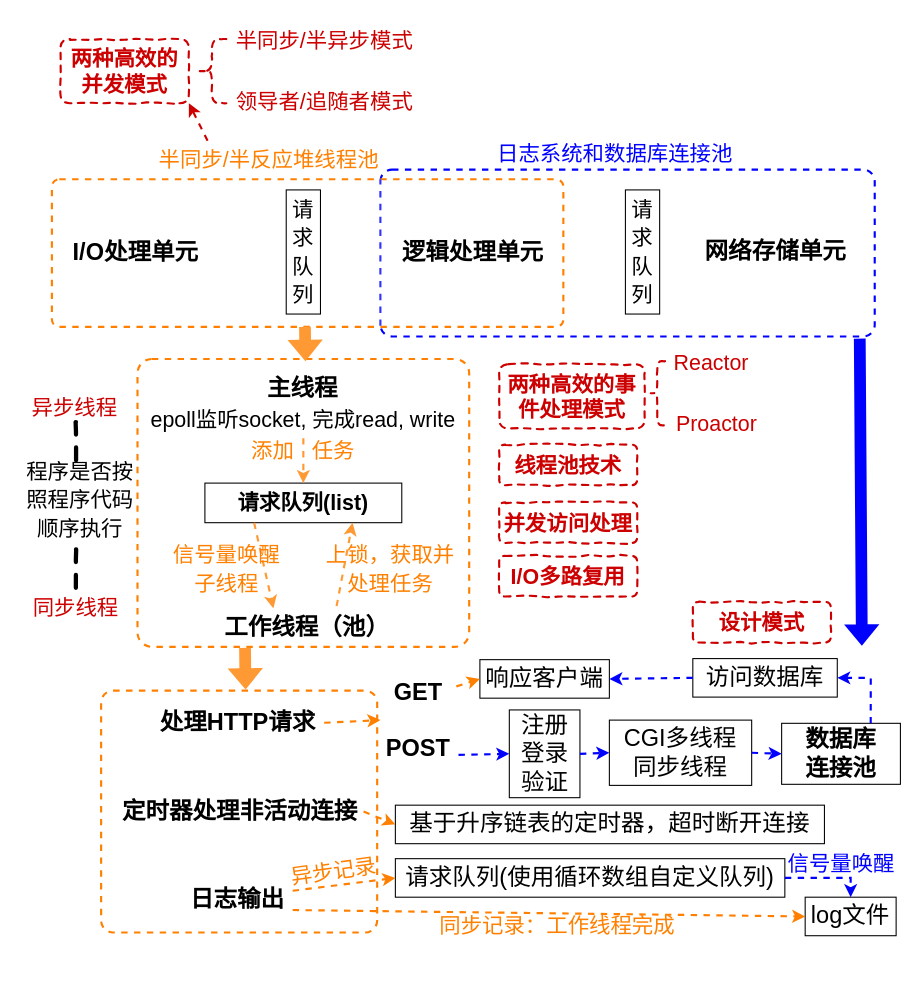
bling-star-hub/MyDiagram keeps this draw.io diagram as Untitled Diagram.drawio. Above is the earlier version. Source tidied: cells renumbered, new cells numbered last; positions are measured from the earlier drawing's top-left corner, leaving out a move shared by most shapes. Both pictures are drawn from the tidied source at 107%, with x=0, y=0 at pixel (18, 18).
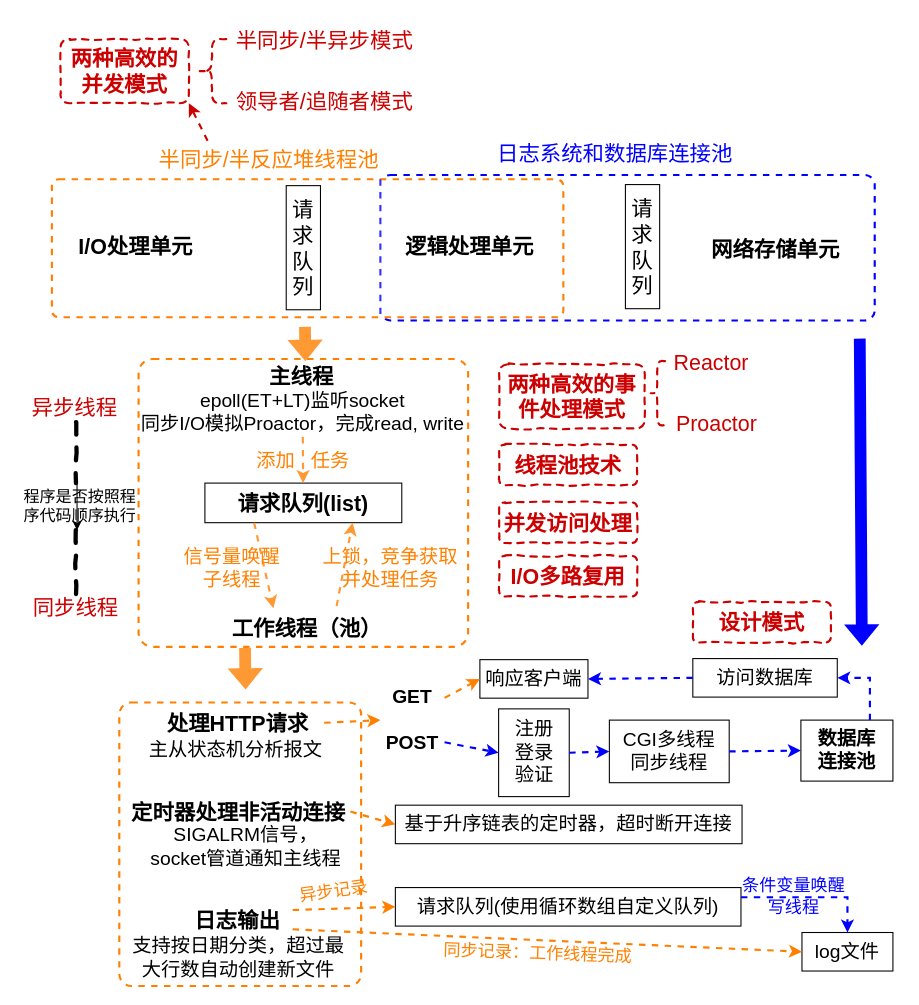
The same page after the edit.

What changed in the source:
```diff
@@
     <mxCell id="2" style="rounded=1;whiteSpace=wrap;html=1;fontSize=20;arcSize=5;dashed=1;strokeWidth=2;strokeColor=#FF8000;" parent="1" vertex="1">
-      <mxGeometry x="77" y="628" width="258" height="226" as="geometry" />
+      <mxGeometry x="94" y="639" width="226" height="265" as="geometry" />
     </mxCell>
     <mxCell id="3" style="rounded=1;whiteSpace=wrap;html=1;fontSize=20;arcSize=5;dashed=1;strokeWidth=2;strokeColor=#FF8000;" parent="1" vertex="1">
-      <mxGeometry x="111" y="318" width="310" height="269" as="geometry" />
+      <mxGeometry x="112" y="318" width="308" height="269" as="geometry" />
     </mxCell>
     <mxCell id="4" style="rounded=1;whiteSpace=wrap;html=1;fontSize=20;arcSize=7;dashed=1;strokeWidth=2;strokeColor=#0000FF;" parent="1" vertex="1">
-      <mxGeometry x="338" y="141" width="462" height="156" as="geometry" />
+      <mxGeometry x="338" y="146" width="462" height="136" as="geometry" />
     </mxCell>
     <mxCell id="5" style="rounded=1;whiteSpace=wrap;html=1;fontSize=20;arcSize=5;dashed=1;strokeWidth=2;strokeColor=#FF8000;" parent="1" vertex="1">
-      <mxGeometry x="31" y="150" width="478" height="138" as="geometry" />
+      <mxGeometry x="31" y="150" width="478" height="129" as="geometry" />
     </mxCell>
-    <mxCell id="6" value="I/O处理单元" style="rounded=0;whiteSpace=wrap;html=1;fontStyle=1;fontSize=22;strokeColor=none;fillColor=none;flipH=1;" parent="1" vertex="1">
-      <mxGeometry x="37" y="190.5" width="145" height="57" as="geometry" />
+    <mxCell id="6" value="I/O处理单元" style="rounded=0;whiteSpace=wrap;html=1;fontStyle=1;fontSize=20;strokeColor=none;fillColor=none;flipH=1;" parent="1" vertex="1">
+      <mxGeometry x="37" y="183.5" width="145" height="57" as="geometry" />
     </mxCell>
-    <mxCell id="7" value="逻辑处理单元" style="rounded=0;whiteSpace=wrap;html=1;fontStyle=1;fontSize=22;strokeColor=none;fillColor=none;flipH=1;" parent="1" vertex="1">
-      <mxGeometry x="352" y="190.5" width="145" height="57" as="geometry" />
+    <mxCell id="7" value="逻辑处理单元" style="rounded=0;whiteSpace=wrap;html=1;fontStyle=1;fontSize=20;strokeColor=none;fillColor=none;flipH=1;" parent="1" vertex="1">
+      <mxGeometry x="349" y="183.5" width="145" height="57" as="geometry" />
     </mxCell>
-    <mxCell id="8" value="网络存储单元" style="rounded=0;whiteSpace=wrap;html=1;fontStyle=1;fontSize=22;strokeColor=none;fillColor=none;flipH=1;" parent="1" vertex="1">
-      <mxGeometry x="635" y="189.5" width="145" height="57" as="geometry" />
+    <mxCell id="8" value="网络存储单元" style="rounded=0;whiteSpace=wrap;html=1;fontStyle=1;fontSize=20;strokeColor=none;fillColor=none;flipH=1;" parent="1" vertex="1">
+      <mxGeometry x="635" y="186" width="145" height="57" as="geometry" />
     </mxCell>
-    <mxCell id="9" value="&lt;font style=&quot;font-size: 20px;&quot;&gt;请求队列&lt;/font&gt;" style="rounded=0;whiteSpace=wrap;html=1;fontSize=22;" parent="1" vertex="1">
-      <mxGeometry x="250" y="160" width="32" height="116" as="geometry" />
+    <mxCell id="9" value="&lt;font style=&quot;font-size: 20px;&quot;&gt;请求队列&lt;/font&gt;" style="rounded=0;whiteSpace=wrap;html=1;fontSize=20;" parent="1" vertex="1">
+      <mxGeometry x="250" y="156" width="32" height="116" as="geometry" />
     </mxCell>
-    <mxCell id="10" value="&lt;font style=&quot;font-size: 20px;&quot;&gt;请求队列&lt;/font&gt;" style="rounded=0;whiteSpace=wrap;html=1;fontSize=22;" parent="1" vertex="1">
-      <mxGeometry x="567" y="160" width="32" height="116" as="geometry" />
+    <mxCell id="10" value="&lt;font style=&quot;font-size: 20px;&quot;&gt;请求队列&lt;/font&gt;" style="rounded=0;whiteSpace=wrap;html=1;fontSize=20;" parent="1" vertex="1">
+      <mxGeometry x="567" y="155" width="32" height="116" as="geometry" />
     </mxCell>
     <mxCell id="11" style="endArrow=none;html=1;rounded=0;fontSize=20;dashed=1;strokeWidth=2;strokeColor=#3333FF;" parent="1" edge="1">
       <mxGeometry relative="1" as="geometry">
-        <mxPoint x="338" y="287" as="sourcePoint" />
+        <mxPoint x="338" y="276" as="sourcePoint" />
         <mxPoint x="338" y="150" as="targetPoint" />
       </mxGeometry>
     </mxCell>
@@
-    <mxCell id="20" value="主线程" style="rounded=0;whiteSpace=wrap;html=1;fontStyle=1;fontSize=22;strokeColor=none;fillColor=none;flipH=1;" parent="1" vertex="1">
-      <mxGeometry x="194" y="328" width="143" height="36" as="geometry" />
+    <mxCell id="20" value="主线程" style="rounded=0;whiteSpace=wrap;html=1;fontStyle=1;fontSize=20;strokeColor=none;fillColor=none;flipH=1;" parent="1" vertex="1">
+      <mxGeometry x="193" y="316" width="143" height="36" as="geometry" />
     </mxCell>
-    <mxCell id="21" value="工作线程（池）" style="rounded=0;whiteSpace=wrap;html=1;fontStyle=1;fontSize=22;strokeColor=none;fillColor=none;flipH=1;" parent="1" vertex="1">
+    <mxCell id="21" value="工作线程（池）" style="rounded=0;whiteSpace=wrap;html=1;fontStyle=1;fontSize=20;strokeColor=none;fillColor=none;flipH=1;" parent="1" vertex="1">
       <mxGeometry x="177" y="551" width="185" height="36" as="geometry" />
     </mxCell>
-    <mxCell id="22" value="&lt;font style=&quot;font-size: 20px;&quot;&gt;请求队列(list)&lt;/font&gt;" style="rounded=0;whiteSpace=wrap;html=1;fontSize=22;fontStyle=1;" parent="1" vertex="1">
+    <mxCell id="22" value="&lt;font style=&quot;font-size: 20px;&quot;&gt;请求队列(list)&lt;/font&gt;" style="rounded=0;whiteSpace=wrap;html=1;fontSize=20;fontStyle=1;" parent="1" vertex="1">
       <mxGeometry x="174" y="434" width="184" height="37" as="geometry" />
     </mxCell>
-    <mxCell id="23" value="&lt;font style=&quot;font-size: 20px;&quot;&gt;epoll监听socket, 完成read, write&lt;/font&gt;" style="rounded=0;whiteSpace=wrap;html=1;fontSize=22;fillColor=none;strokeColor=none;" parent="1" vertex="1">
-      <mxGeometry x="107" y="358" width="318" height="34" as="geometry" />
+    <mxCell id="23" value="&lt;font style=&quot;font-size: 18px;&quot;&gt;epoll(ET+LT)监听socket&lt;br&gt;同步I/O模拟Proactor，完成read, write&lt;/font&gt;" style="rounded=0;whiteSpace=wrap;html=1;fontSize=18;fillColor=none;strokeColor=none;" parent="1" vertex="1">
+      <mxGeometry x="113" y="345" width="305" height="46" as="geometry" />
     </mxCell>
@@
-    <mxCell id="25" value="&lt;span style=&quot;font-size: 20px;&quot;&gt;添加&amp;nbsp; &amp;nbsp;任务&lt;/span&gt;" style="rounded=0;whiteSpace=wrap;html=1;fontSize=22;fillColor=none;strokeColor=none;fontColor=#FF8000;" parent="1" vertex="1">
-      <mxGeometry x="106.5" y="387" width="318" height="34" as="geometry" />
+    <mxCell id="25" value="&lt;span style=&quot;font-size: 18px;&quot;&gt;添加&amp;nbsp; &amp;nbsp;任务&lt;/span&gt;" style="rounded=0;whiteSpace=wrap;html=1;fontSize=18;fillColor=none;strokeColor=none;fontColor=#FF8000;" parent="1" vertex="1">
+      <mxGeometry x="160.2" y="396" width="211.5" height="34" as="geometry" />
     </mxCell>
@@
-    <mxCell id="27" value="&lt;span style=&quot;font-size: 20px;&quot;&gt;信号量唤醒&lt;br&gt;子线程&lt;/span&gt;" style="rounded=0;whiteSpace=wrap;html=1;fontSize=22;fillColor=none;strokeColor=none;fontColor=#FF8000;" parent="1" vertex="1">
-      <mxGeometry x="129" y="484" width="130.5" height="59" as="geometry" />
+    <mxCell id="27" value="&lt;span style=&quot;font-size: 18px;&quot;&gt;信号量唤醒&lt;br style=&quot;font-size: 18px;&quot;&gt;子线程&lt;/span&gt;" style="rounded=0;whiteSpace=wrap;html=1;fontSize=18;fillColor=none;strokeColor=none;fontColor=#FF8000;" parent="1" vertex="1">
+      <mxGeometry x="134" y="484" width="130.5" height="59" as="geometry" />
     </mxCell>
-    <mxCell id="28" value="&lt;span style=&quot;font-size: 20px;&quot;&gt;上锁，获取并处理任务&lt;/span&gt;" style="rounded=0;whiteSpace=wrap;html=1;fontSize=22;fillColor=none;strokeColor=none;fontColor=#FF8000;" parent="1" vertex="1">
+    <mxCell id="28" value="&lt;span style=&quot;font-size: 18px;&quot;&gt;上锁，竞争获取并处理任务&lt;/span&gt;" style="rounded=0;whiteSpace=wrap;html=1;fontSize=18;fillColor=none;strokeColor=none;fontColor=#FF8000;" parent="1" vertex="1">
       <mxGeometry x="282" y="484" width="130.5" height="59" as="geometry" />
     </mxCell>
@@
-    <mxCell id="32" value="处理HTTP请求" style="rounded=0;whiteSpace=wrap;html=1;fontStyle=1;fontSize=22;strokeColor=none;fillColor=none;flipH=1;" parent="1" vertex="1">
+    <mxCell id="32" value="处理HTTP请求" style="rounded=0;whiteSpace=wrap;html=1;fontStyle=1;fontSize=20;strokeColor=none;fillColor=none;flipH=1;" parent="1" vertex="1">
       <mxGeometry x="123.5" y="640" width="162" height="36" as="geometry" />
     </mxCell>
-    <mxCell id="33" value="定时器处理非活动连接" style="rounded=0;whiteSpace=wrap;html=1;fontStyle=1;fontSize=22;strokeColor=none;fillColor=none;flipH=1;" parent="1" vertex="1">
-      <mxGeometry x="90.8" y="723" width="231.5" height="36" as="geometry" />
+    <mxCell id="33" value="定时器处理非活动连接" style="rounded=0;whiteSpace=wrap;html=1;fontStyle=1;fontSize=20;strokeColor=none;fillColor=none;flipH=1;" parent="1" vertex="1">
+      <mxGeometry x="100.8" y="723" width="209.2" height="36" as="geometry" />
     </mxCell>
-    <mxCell id="34" value="日志输出" style="rounded=0;whiteSpace=wrap;html=1;fontStyle=1;fontSize=22;strokeColor=none;fillColor=none;flipH=1;" parent="1" vertex="1">
-      <mxGeometry x="153" y="806" width="103" height="36" as="geometry" />
+    <mxCell id="34" value="日志输出" style="rounded=0;whiteSpace=wrap;html=1;fontStyle=1;fontSize=20;strokeColor=none;fillColor=none;flipH=1;" parent="1" vertex="1">
+      <mxGeometry x="153" y="824" width="103" height="36" as="geometry" />
     </mxCell>
@@
-    <mxCell id="37" value="GET&lt;br&gt;&lt;br&gt;POST" style="rounded=0;whiteSpace=wrap;html=1;fontStyle=1;fontSize=22;strokeColor=none;fillColor=none;flipH=1;" parent="1" vertex="1">
-      <mxGeometry x="338" y="614" width="71" height="83" as="geometry" />
+    <mxCell id="37" value="GET&lt;br style=&quot;font-size: 18px;&quot;&gt;&lt;br style=&quot;font-size: 18px;&quot;&gt;POST" style="rounded=0;whiteSpace=wrap;html=1;fontStyle=1;fontSize=18;strokeColor=none;fillColor=none;flipH=1;" parent="1" vertex="1">
+      <mxGeometry x="338" y="614" width="60" height="83" as="geometry" />
     </mxCell>
-    <mxCell id="38" value="访问数据库" style="rounded=0;whiteSpace=wrap;html=1;fontStyle=0;fontSize=22;strokeColor=default;fillColor=none;flipH=1;" parent="1" vertex="1">
+    <mxCell id="38" value="访问数据库" style="rounded=0;whiteSpace=wrap;html=1;fontStyle=0;fontSize=18;strokeColor=default;fillColor=none;flipH=1;" parent="1" vertex="1">
       <mxGeometry x="630" y="598" width="135" height="36" as="geometry" />
     </mxCell>
-    <mxCell id="39" value="响应客户端" style="rounded=0;whiteSpace=wrap;html=1;fontStyle=0;fontSize=22;strokeColor=default;fillColor=none;flipH=1;" parent="1" vertex="1">
-      <mxGeometry x="431" y="599" width="121" height="36" as="geometry" />
+    <mxCell id="39" value="响应客户端" style="rounded=0;whiteSpace=wrap;html=1;fontStyle=0;fontSize=18;strokeColor=default;fillColor=none;flipH=1;" parent="1" vertex="1">
+      <mxGeometry x="431" y="599" width="101" height="36" as="geometry" />
     </mxCell>
-    <mxCell id="40" value="注册&lt;br&gt;登录&lt;br&gt;验证" style="rounded=0;whiteSpace=wrap;html=1;fontStyle=0;fontSize=22;strokeColor=default;fillColor=none;flipH=1;" parent="1" vertex="1">
-      <mxGeometry x="458.5" y="646" width="66" height="82" as="geometry" />
+    <mxCell id="40" value="注册&lt;br style=&quot;font-size: 18px;&quot;&gt;登录&lt;br style=&quot;font-size: 18px;&quot;&gt;验证" style="rounded=0;whiteSpace=wrap;html=1;fontStyle=0;fontSize=18;strokeColor=default;fillColor=none;flipH=1;" parent="1" vertex="1">
+      <mxGeometry x="448.5" y="645" width="66" height="82" as="geometry" />
     </mxCell>
-    <mxCell id="41" value="CGI多线程&lt;br&gt;同步线程" style="rounded=0;whiteSpace=wrap;html=1;fontStyle=0;fontSize=22;strokeColor=default;fillColor=none;flipH=1;" parent="1" vertex="1">
-      <mxGeometry x="552" y="655.5" width="133" height="61" as="geometry" />
+    <mxCell id="41" value="CGI多线程&lt;br style=&quot;font-size: 18px;&quot;&gt;同步线程" style="rounded=0;whiteSpace=wrap;html=1;fontStyle=0;fontSize=18;strokeColor=default;fillColor=none;flipH=1;" parent="1" vertex="1">
+      <mxGeometry x="552" y="655.5" width="112" height="58.5" as="geometry" />
     </mxCell>
-    <mxCell id="42" value="数据库&lt;br&gt;连接池" style="rounded=0;whiteSpace=wrap;html=1;fontStyle=1;fontSize=22;strokeColor=default;fillColor=none;flipH=1;" parent="1" vertex="1">
-      <mxGeometry x="713" y="658.5" width="111" height="57" as="geometry" />
+    <mxCell id="42" value="数据库&lt;br style=&quot;font-size: 18px;&quot;&gt;连接池" style="rounded=0;whiteSpace=wrap;html=1;fontStyle=1;fontSize=18;strokeColor=default;fillColor=none;flipH=1;" parent="1" vertex="1">
+      <mxGeometry x="731" y="655.5" width="86" height="57" as="geometry" />
     </mxCell>
-    <mxCell id="43" style="endArrow=classic;html=1;rounded=0;dashed=1;fontSize=21;fontColor=#FF8000;strokeColor=#FF8000;strokeWidth=2;fillColor=#FF9933;exitX=0;exitY=0.12;exitDx=0;exitDy=0;exitPerimeter=0;entryX=0;entryY=0.5;entryDx=0;entryDy=0;" parent="1" edge="1" source="37" target="39">
+    <mxCell id="43" style="endArrow=classic;html=1;rounded=0;dashed=1;fontSize=21;fontColor=#FF8000;strokeColor=#FF8000;strokeWidth=2;fillColor=#FF9933;exitX=1;exitY=0.25;exitDx=0;exitDy=0;entryX=0;entryY=0.5;entryDx=0;entryDy=0;" parent="1" edge="1" source="37" target="39">
       <mxGeometry relative="1" as="geometry" />
     </mxCell>
-    <mxCell id="44" style="endArrow=classic;html=1;rounded=0;dashed=1;fontSize=21;fontColor=#FF8000;strokeColor=#0000FF;strokeWidth=2;fillColor=#FF9933;exitX=-0.028;exitY=0.892;exitDx=0;exitDy=0;entryX=0;entryY=0.5;entryDx=0;entryDy=0;exitPerimeter=0;" parent="1" edge="1" source="37" target="40">
+    <mxCell id="44" style="endArrow=classic;html=1;rounded=0;dashed=1;fontSize=21;fontColor=#FF8000;strokeColor=#0000FF;strokeWidth=2;fillColor=#FF9933;exitX=1;exitY=0.75;exitDx=0;exitDy=0;entryX=0;entryY=0.5;entryDx=0;entryDy=0;" parent="1" edge="1" source="37" target="40">
       <mxGeometry relative="1" as="geometry" />
     </mxCell>
@@
-    <mxCell id="49" value="基于升序链表的定时器，超时断开连接" style="rounded=0;whiteSpace=wrap;html=1;fontStyle=0;fontSize=22;strokeColor=default;fillColor=none;flipH=1;" parent="1" vertex="1">
-      <mxGeometry x="352" y="735" width="401" height="36" as="geometry" />
+    <mxCell id="49" value="基于升序链表的定时器，超时断开连接" style="rounded=0;whiteSpace=wrap;html=1;fontStyle=0;fontSize=18;strokeColor=default;fillColor=none;flipH=1;" parent="1" vertex="1">
+      <mxGeometry x="352" y="735" width="324" height="36" as="geometry" />
     </mxCell>
@@
-    <mxCell id="51" value="请求队列(使用循环数组自定义队列)" style="rounded=0;whiteSpace=wrap;html=1;fontStyle=0;fontSize=22;strokeColor=default;fillColor=none;flipH=1;" parent="1" vertex="1">
-      <mxGeometry x="352" y="785" width="364" height="36" as="geometry" />
+    <mxCell id="51" value="请求队列(使用循环数组自定义队列)" style="rounded=0;whiteSpace=wrap;html=1;fontStyle=0;fontSize=18;strokeColor=default;fillColor=none;flipH=1;" parent="1" vertex="1">
+      <mxGeometry x="352" y="812" width="323" height="36" as="geometry" />
     </mxCell>
@@
-    <mxCell id="53" value="&lt;span style=&quot;font-size: 20px;&quot;&gt;异步记录&lt;/span&gt;" style="rounded=0;whiteSpace=wrap;html=1;fontSize=22;fillColor=none;strokeColor=none;fontColor=#FF8000;rotation=352;" parent="1" vertex="1">
-      <mxGeometry x="248" y="780" width="93" height="34" as="geometry" />
+    <mxCell id="53" value="&lt;span style=&quot;font-size: 16px;&quot;&gt;异步记录&lt;/span&gt;" style="rounded=0;whiteSpace=wrap;html=1;fontSize=16;fillColor=none;strokeColor=none;fontColor=#FF8000;rotation=352;" parent="1" vertex="1">
+      <mxGeometry x="248" y="798" width="93" height="34" as="geometry" />
     </mxCell>
-    <mxCell id="54" value="log文件" style="rounded=0;whiteSpace=wrap;html=1;fontStyle=0;fontSize=22;strokeColor=default;fillColor=none;flipH=1;" parent="1" vertex="1">
-      <mxGeometry x="735" y="821" width="85" height="36" as="geometry" />
+    <mxCell id="54" value="log文件" style="rounded=0;whiteSpace=wrap;html=1;fontStyle=0;fontSize=18;strokeColor=default;fillColor=none;flipH=1;" parent="1" vertex="1">
+      <mxGeometry x="732" y="854" width="85" height="36" as="geometry" />
     </mxCell>
-    <mxCell id="55" style="edgeStyle=segmentEdgeStyle;endArrow=classic;html=1;rounded=0;dashed=1;fontSize=21;fontColor=#FF8000;strokeColor=#0000FF;strokeWidth=2;fillColor=#FF9933;exitX=1;exitY=0.5;exitDx=0;exitDy=0;entryX=0.5;entryY=0;entryDx=0;entryDy=0;" parent="1" edge="1" source="51" target="54">
-      <mxGeometry relative="1" as="geometry" />
+    <mxCell id="55" style="edgeStyle=segmentEdgeStyle;endArrow=classic;html=1;rounded=0;dashed=1;fontSize=21;fontColor=#FF8000;strokeColor=#0000FF;strokeWidth=2;fillColor=#FF9933;exitX=1;exitY=0.25;exitDx=0;exitDy=0;entryX=0.5;entryY=0;entryDx=0;entryDy=0;" parent="1" edge="1" source="51" target="54">
+      <mxGeometry relative="1" as="geometry">
+        <Array as="points">
+          <mxPoint x="775" y="821" />
+        </Array>
+      </mxGeometry>
     </mxCell>
-    <mxCell id="56" value="&lt;span style=&quot;font-size: 20px;&quot;&gt;信号量唤醒&lt;/span&gt;" style="rounded=0;whiteSpace=wrap;html=1;fontSize=22;fillColor=none;strokeColor=none;fontColor=#0000FF;" parent="1" vertex="1">
-      <mxGeometry x="715" y="773" width="108" height="34" as="geometry" />
+    <mxCell id="56" value="&lt;span style=&quot;font-size: 16px;&quot;&gt;条件变量唤醒&lt;br&gt;写线程&lt;/span&gt;" style="rounded=0;whiteSpace=wrap;html=1;fontSize=16;fillColor=none;strokeColor=none;fontColor=#0000FF;" parent="1" vertex="1">
+      <mxGeometry x="656" y="803" width="137" height="34" as="geometry" />
     </mxCell>
-    <mxCell id="57" value="&lt;span style=&quot;font-size: 20px;&quot;&gt;同步记录：工作线程完成&lt;/span&gt;" style="rounded=0;whiteSpace=wrap;html=1;fontSize=22;fillColor=none;strokeColor=none;fontColor=#FF8000;rotation=0;" parent="1" vertex="1">
-      <mxGeometry x="380" y="831" width="247" height="34" as="geometry" />
+    <mxCell id="57" value="&lt;span style=&quot;font-size: 16px;&quot;&gt;同步记录：工作线程完成&lt;/span&gt;" style="rounded=0;whiteSpace=wrap;html=1;fontSize=16;fillColor=none;strokeColor=none;fontColor=#FF8000;rotation=2;" parent="1" vertex="1">
+      <mxGeometry x="362" y="856" width="247" height="34" as="geometry" />
     </mxCell>
@@
-    <mxCell id="67" value="&lt;span style=&quot;font-size: 20px;&quot;&gt;程序是否按照程序代码顺序执行&lt;/span&gt;" style="rounded=0;whiteSpace=wrap;html=1;fontSize=22;fillColor=none;strokeColor=none;" parent="1" vertex="1">
-      <mxGeometry y="401" width="115" height="97" as="geometry" />
+    <mxCell id="67" value="&lt;span style=&quot;font-size: 15px;&quot;&gt;程序是否按照程序代码顺序执行&lt;/span&gt;" style="rounded=0;whiteSpace=wrap;html=1;fontSize=15;fillColor=none;strokeColor=none;" parent="1" vertex="1">
+      <mxGeometry y="430" width="115" height="49" as="geometry" />
     </mxCell>
+    <mxCell id="71" style="edgeStyle=orthogonalEdgeStyle;rounded=0;jettySize=auto;html=1;fontSize=20;" parent="1" edge="1" source="68" target="69">
+      <mxGeometry relative="1" as="geometry" />
+    </mxCell>
-    <mxCell id="68" style="line;strokeWidth=4;direction=south;html=1;perimeter=backbonePerimeter;points=[];outlineConnect=0;dashed=1;comic=1;fontSize=21;fontColor=#0000FF;fillColor=none;" parent="1" vertex="1">
-      <mxGeometry x="48.5" y="377" width="10" height="44" as="geometry" />
+    <mxCell id="68" style="line;strokeWidth=4;direction=south;html=1;perimeter=backbonePerimeter;points=[];outlineConnect=0;dashed=1;comic=1;fontSize=18;fontColor=#0000FF;fillColor=none;" parent="1" vertex="1">
+      <mxGeometry x="48.5" y="377" width="10" height="57" as="geometry" />
     </mxCell>
-    <mxCell id="69" style="line;strokeWidth=4;direction=south;html=1;perimeter=backbonePerimeter;points=[];outlineConnect=0;dashed=1;comic=1;fontSize=21;fontColor=#0000FF;fillColor=none;" parent="1" vertex="1">
-      <mxGeometry x="48.5" y="496" width="10" height="44" as="geometry" />
+    <mxCell id="69" style="line;strokeWidth=4;direction=south;html=1;perimeter=backbonePerimeter;points=[];outlineConnect=0;dashed=1;comic=1;fontSize=18;fontColor=#0000FF;fillColor=none;" parent="1" vertex="1">
+      <mxGeometry x="48.5" y="478" width="10" height="62" as="geometry" />
     </mxCell>
@@
+    <mxCell id="72" value="主从状态机分析报文" style="rounded=0;whiteSpace=wrap;html=1;fontSize=18;fillColor=none;strokeColor=none;" parent="1" vertex="1">
+      <mxGeometry x="113" y="667" width="180" height="34" as="geometry" />
+    </mxCell>
+    <mxCell id="73" value="SIGALRM信号，&lt;br&gt;socket管道通知主线程" style="rounded=0;whiteSpace=wrap;html=1;fontSize=18;fillColor=none;strokeColor=none;" parent="1" vertex="1">
+      <mxGeometry x="105.2" y="750" width="214.8" height="47" as="geometry" />
+    </mxCell>
+    <mxCell id="74" value="支持按日期分类，超过最大行数自动创建新文件" style="rounded=0;whiteSpace=wrap;html=1;fontSize=18;fillColor=none;strokeColor=none;" parent="1" vertex="1">
+      <mxGeometry x="98" y="854" width="214.8" height="47" as="geometry" />
+    </mxCell>
```
